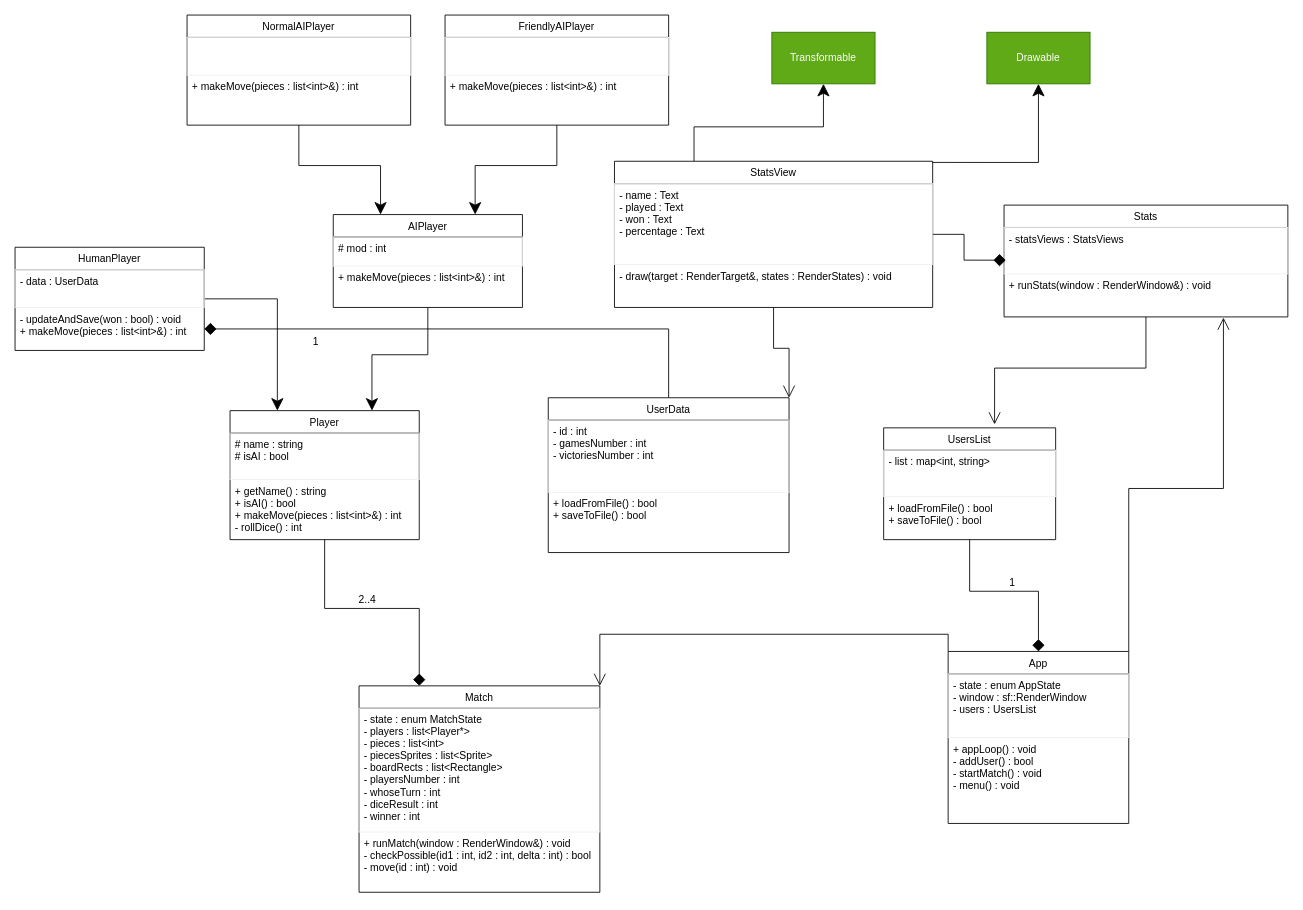
This is docs/diagram.drawio from cptkidd62/ludo-game, a draw.io file, before an edit. Source tidied: cells renumbered, new cells numbered last; positions are measured from the earlier drawing's top-left corner, leaving out a move shared by most shapes. Both pictures are drawn from the tidied source at 86%, with x=0, y=0 at pixel (15, 15).
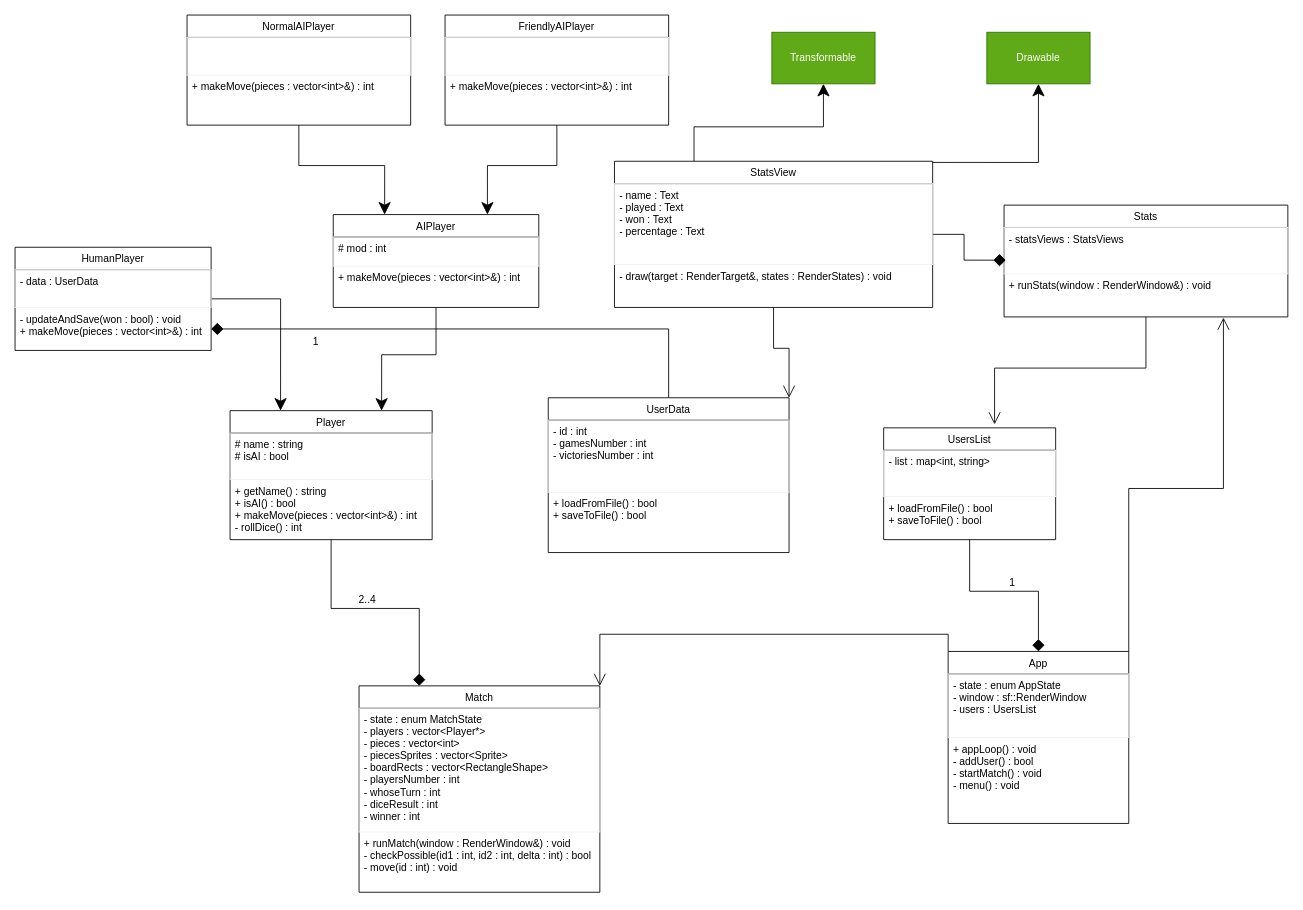
The same page after the edit.

The change refers to these unchanged cells:
```xml
<mxCell id="19" value="Match" style="swimlane;fontStyle=0;horizontal=1;startSize=26;" parent="1" vertex="1">
  <mxGeometry x="400" y="780" width="280" height="240" as="geometry" />
</mxCell>
<mxCell id="31" value="NormalAIPlayer" style="swimlane;fontStyle=0;horizontal=1;startSize=26;" parent="1" vertex="1">
  <mxGeometry x="200" width="260" height="128" as="geometry" />
</mxCell>
<mxCell id="35" value="FriendlyAIPlayer" style="swimlane;fontStyle=0;horizontal=1;startSize=26;" parent="1" vertex="1">
  <mxGeometry x="500" width="260" height="128" as="geometry" />
</mxCell>
```

Change to the diagram source:
```diff
@@
     <mxCell id="3" value="Player" style="swimlane;fontStyle=0;horizontal=1;startSize=26;" parent="1" vertex="1">
-      <mxGeometry x="250" y="460" width="220" height="150" as="geometry" />
+      <mxGeometry x="250" y="460" width="235" height="150" as="geometry" />
     </mxCell>
     <mxCell id="4" value="# name : string&#10;# isAI : bool" style="text;fillColor=none;align=left;verticalAlign=top;spacingLeft=4;spacingRight=4;overflow=hidden;strokeColor=#f0f0f0;" parent="3" vertex="1">
-      <mxGeometry y="26" width="220" height="54" as="geometry" />
+      <mxGeometry y="26" width="235" height="54" as="geometry" />
     </mxCell>
-    <mxCell id="5" value="+ getName() : string&#10;+ isAI() : bool&#10;+ makeMove(pieces : list&lt;int&gt;&amp;) : int&#10;- rollDice() : int" style="text;strokeColor=none;fillColor=none;align=left;verticalAlign=top;spacingLeft=4;spacingRight=4;overflow=hidden;" parent="3" vertex="1">
-      <mxGeometry y="80" width="220" height="70" as="geometry" />
+    <mxCell id="5" value="+ getName() : string&#10;+ isAI() : bool&#10;+ makeMove(pieces : vector&lt;int&gt;&amp;) : int&#10;- rollDice() : int" style="text;strokeColor=none;fillColor=none;align=left;verticalAlign=top;spacingLeft=4;spacingRight=4;overflow=hidden;" parent="3" vertex="1">
+      <mxGeometry y="80" width="235" height="70" as="geometry" />
     </mxCell>
@@
     <mxCell id="7" value="HumanPlayer" style="swimlane;fontStyle=0;horizontal=1;startSize=26;" parent="1" vertex="1">
-      <mxGeometry y="270" width="220" height="120" as="geometry" />
+      <mxGeometry y="270" width="228" height="120" as="geometry" />
     </mxCell>
     <mxCell id="8" value="- data : UserData" style="text;fillColor=none;align=left;verticalAlign=top;spacingLeft=4;spacingRight=4;overflow=hidden;strokeColor=#f0f0f0;" parent="7" vertex="1">
-      <mxGeometry y="26" width="220" height="44" as="geometry" />
+      <mxGeometry y="26" width="228" height="44" as="geometry" />
     </mxCell>
-    <mxCell id="9" value="- updateAndSave(won : bool) : void&#10;+ makeMove(pieces : list&lt;int&gt;&amp;) : int" style="text;strokeColor=none;fillColor=none;align=left;verticalAlign=top;spacingLeft=4;spacingRight=4;overflow=hidden;points=[[0,0.5],[1,0.5]];portConstraint=eastwest;" parent="7" vertex="1">
-      <mxGeometry y="70" width="220" height="50" as="geometry" />
+    <mxCell id="9" value="- updateAndSave(won : bool) : void&#10;+ makeMove(pieces : vector&lt;int&gt;&amp;) : int" style="text;strokeColor=none;fillColor=none;align=left;verticalAlign=top;spacingLeft=4;spacingRight=4;overflow=hidden;points=[[0,0.5],[1,0.5]];portConstraint=eastwest;" parent="7" vertex="1">
+      <mxGeometry y="70" width="228" height="50" as="geometry" />
     </mxCell>
@@
     <mxCell id="11" value="AIPlayer" style="swimlane;fontStyle=0;horizontal=1;startSize=26;" parent="1" vertex="1">
-      <mxGeometry x="370" y="232" width="220" height="108" as="geometry" />
+      <mxGeometry x="370" y="232" width="239" height="108" as="geometry" />
     </mxCell>
     <mxCell id="12" value="# mod : int" style="text;fillColor=none;align=left;verticalAlign=top;spacingLeft=4;spacingRight=4;overflow=hidden;strokeColor=#f0f0f0;" parent="11" vertex="1">
-      <mxGeometry y="26" width="220" height="34" as="geometry" />
+      <mxGeometry y="26" width="239" height="34" as="geometry" />
     </mxCell>
-    <mxCell id="13" value="+ makeMove(pieces : list&lt;int&gt;&amp;) : int" style="text;strokeColor=none;fillColor=none;align=left;verticalAlign=top;spacingLeft=4;spacingRight=4;overflow=hidden;" parent="11" vertex="1">
-      <mxGeometry y="60" width="220" height="48" as="geometry" />
+    <mxCell id="13" value="+ makeMove(pieces : vector&lt;int&gt;&amp;) : int" style="text;strokeColor=none;fillColor=none;align=left;verticalAlign=top;spacingLeft=4;spacingRight=4;overflow=hidden;" parent="11" vertex="1">
+      <mxGeometry y="60" width="239" height="48" as="geometry" />
     </mxCell>
@@
-    <mxCell id="20" value="- state : enum MatchState&#10;- players : list&lt;Player*&gt;&#10;- pieces : list&lt;int&gt;&#10;- piecesSprites : list&lt;Sprite&gt;&#10;- boardRects : list&lt;Rectangle&gt;&#10;- playersNumber : int&#10;- whoseTurn : int&#10;- diceResult : int&#10;- winner : int" style="text;fillColor=none;align=left;verticalAlign=top;spacingLeft=4;spacingRight=4;overflow=hidden;strokeColor=#f0f0f0;" parent="19" vertex="1">
+    <mxCell id="20" value="- state : enum MatchState&#10;- players : vector&lt;Player*&gt;&#10;- pieces : vector&lt;int&gt;&#10;- piecesSprites : vector&lt;Sprite&gt;&#10;- boardRects : vector&lt;RectangleShape&gt;&#10;- playersNumber : int&#10;- whoseTurn : int&#10;- diceResult : int&#10;- winner : int" style="text;fillColor=none;align=left;verticalAlign=top;spacingLeft=4;spacingRight=4;overflow=hidden;strokeColor=#f0f0f0;" parent="19" vertex="1">
       <mxGeometry y="26" width="280" height="144" as="geometry" />
     </mxCell>
@@
-    <mxCell id="33" value="+ makeMove(pieces : list&lt;int&gt;&amp;) : int" style="text;strokeColor=none;fillColor=none;align=left;verticalAlign=top;spacingLeft=4;spacingRight=4;overflow=hidden;" parent="31" vertex="1">
+    <mxCell id="33" value="+ makeMove(pieces : vector&lt;int&gt;&amp;) : int" style="text;strokeColor=none;fillColor=none;align=left;verticalAlign=top;spacingLeft=4;spacingRight=4;overflow=hidden;" parent="31" vertex="1">
       <mxGeometry y="70" width="260" height="58" as="geometry" />
     </mxCell>
@@
-    <mxCell id="37" value="+ makeMove(pieces : list&lt;int&gt;&amp;) : int" style="text;strokeColor=none;fillColor=none;align=left;verticalAlign=top;spacingLeft=4;spacingRight=4;overflow=hidden;" parent="35" vertex="1">
+    <mxCell id="37" value="+ makeMove(pieces : vector&lt;int&gt;&amp;) : int" style="text;strokeColor=none;fillColor=none;align=left;verticalAlign=top;spacingLeft=4;spacingRight=4;overflow=hidden;" parent="35" vertex="1">
       <mxGeometry y="70" width="260" height="58" as="geometry" />
     </mxCell>
```
